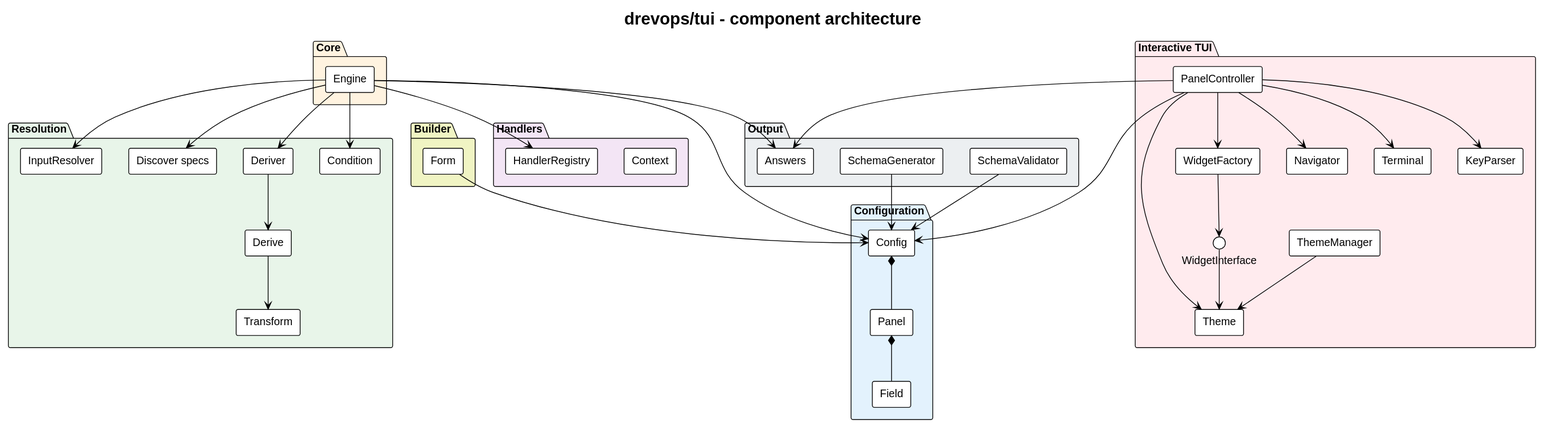
Above: docs/architecture/architecture.svg in drevops/tui (PlantUML), before the change.
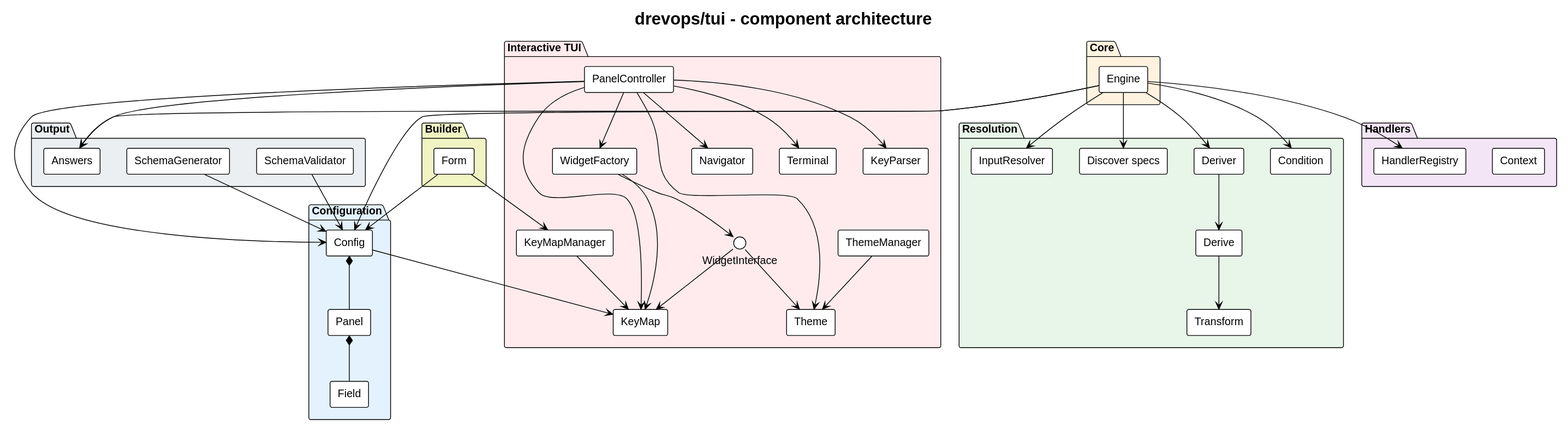
The same diagram one commit later.

Change to the diagram source:
```diff
@@ -44,6 +44,8 @@
   [PanelController]
   [ThemeManager]
   [Theme]
+  [KeyMapManager]
+  [KeyMap]
   [WidgetFactory]
   interface WidgetInterface
   [Navigator]
@@ -71,9 +73,15 @@
 [PanelController] --> [Config]
 [ThemeManager] --> [Theme]
 [PanelController] --> [Theme]
+[Form] --> [KeyMapManager]
+[KeyMapManager] --> [KeyMap]
+[Config] --> [KeyMap]
+[PanelController] --> [KeyMap]
 [PanelController] --> [WidgetFactory]
+[WidgetFactory] --> [KeyMap]
 [WidgetFactory] --> WidgetInterface
 WidgetInterface --> [Theme]
+WidgetInterface --> [KeyMap]
 [PanelController] --> [Navigator]
 [PanelController] --> [Terminal]
 [PanelController] --> [KeyParser]
```
